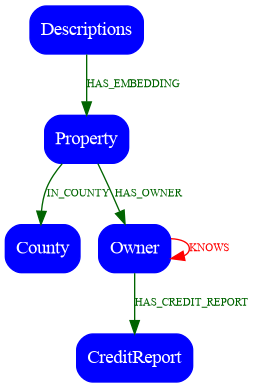
This is docs/graph.png from maguec/SpannerPropertyGraph, a Graphviz export, as it was before one commit. Its source is kept beside it as docs/graph.dot.
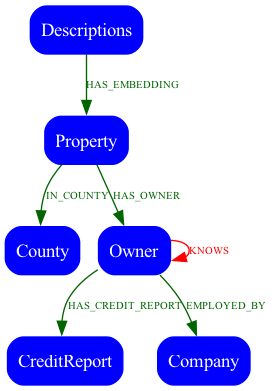
The same file after the commit.

Commit message:
update docs to include company

The edit, as a diff of the source:
```diff
@@ -8,10 +8,12 @@
   Owner [label="Owner"];
   CreditReport [label="CreditReport"];
   Description [label="Descriptions"];
+  Description [label="Descriptions"];
 
   Property -> County [label=IN_COUNTY];
   Property -> Owner [label=HAS_OWNER];
   Owner -> CreditReport [label=HAS_CREDIT_REPORT];
   Owner -> Owner [label=KNOWS,color=red, fontcolor=red];
+  Owner -> Company [label=EMPLOYED_BY];
   Description -> Property [label=HAS_EMBEDDING];
 }
```
